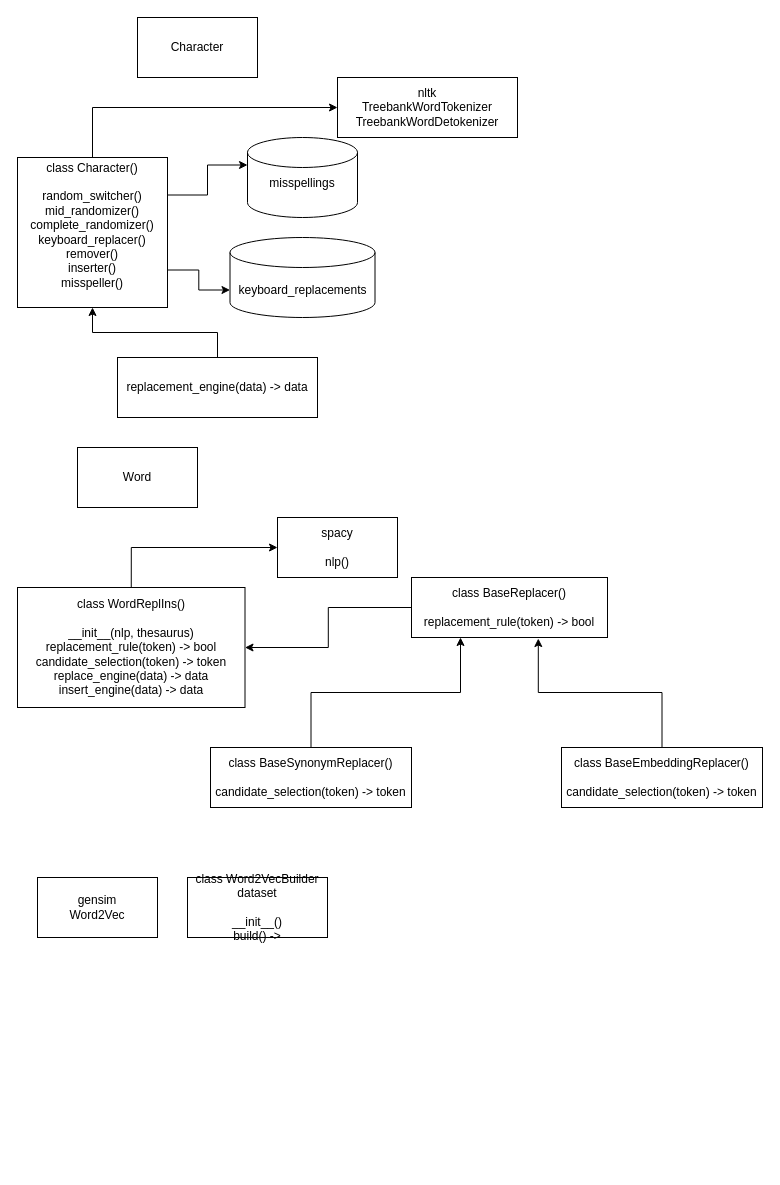
This is Unbenanntes Diagramm.drawio from djaszak/NLPAug, a draw.io file, before an edit. Source tidied: cells renumbered, new cells numbered last; positions are measured from the earlier drawing's top-left corner, leaving out a move shared by most shapes. Both pictures are drawn from the tidied source at 100%, with x=0, y=0 at pixel (17, 17).
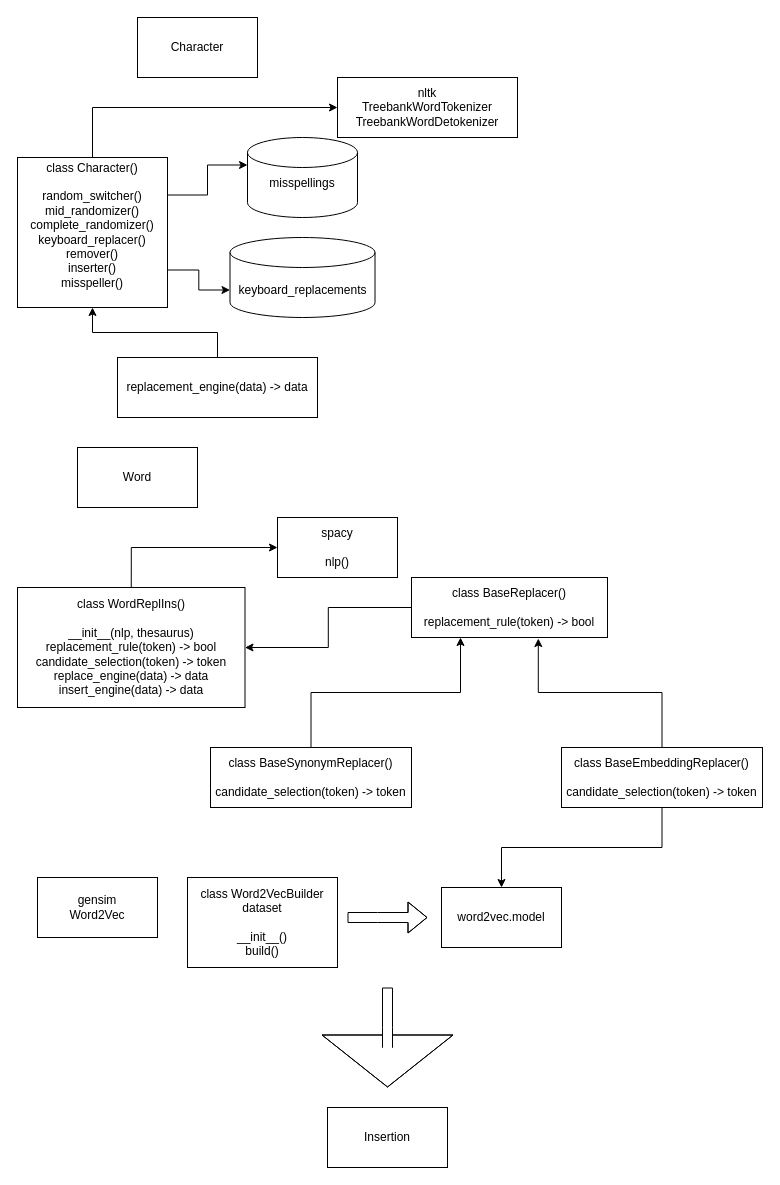
The same page after the edit.

Commit message:
word level diagram

The change refers to these unchanged cells:
```xml
<mxCell id="17" value="&lt;div&gt;class BaseEmbeddingReplacer()&lt;/div&gt;&lt;br&gt;candidate_selection(token) -&amp;gt; token" style="rounded=0;whiteSpace=wrap;html=1;" parent="1" vertex="1">
  <mxGeometry x="544" y="730" width="201" height="60" as="geometry" />
</mxCell>
```

Change to the diagram source:
```diff
@@
+    <mxCell id="24" style="edgeStyle=orthogonalEdgeStyle;rounded=0;jettySize=auto;html=1;exitX=0.5;exitY=1;exitDx=0;exitDy=0;entryX=0.5;entryY=0;entryDx=0;entryDy=0;" parent="1" edge="1" source="17" target="26">
+      <mxGeometry relative="1" as="geometry" />
+    </mxCell>
@@
-    <mxCell id="23" value="&lt;div&gt;class Word2VecBuilder&lt;/div&gt;&lt;div&gt;dataset&lt;/div&gt;&lt;div&gt;&lt;br&gt;&lt;/div&gt;&lt;div&gt;__init__()&lt;/div&gt;&lt;div&gt;build() -&amp;gt; &lt;br&gt;&lt;/div&gt;" style="whiteSpace=wrap;html=1;" parent="1" vertex="1">
-      <mxGeometry x="170" y="860" width="140" height="60" as="geometry" />
+    <mxCell id="23" value="&lt;div&gt;class Word2VecBuilder&lt;/div&gt;&lt;div&gt;dataset&lt;/div&gt;&lt;div&gt;&lt;br&gt;&lt;/div&gt;&lt;div&gt;__init__()&lt;/div&gt;&lt;div&gt;build() &lt;br&gt;&lt;/div&gt;" style="whiteSpace=wrap;html=1;" parent="1" vertex="1">
+      <mxGeometry x="170" y="860" width="150" height="90" as="geometry" />
     </mxCell>
+    <mxCell id="25" style="shape=flexArrow;endArrow=classic;html=1;rounded=0;" parent="1" edge="1">
+      <mxGeometry relative="1" as="geometry">
+        <mxPoint x="330" y="900" as="sourcePoint" />
+        <mxPoint x="410" y="900" as="targetPoint" />
+        <Array as="points">
+          <mxPoint x="360" y="900" />
+        </Array>
+      </mxGeometry>
+    </mxCell>
+    <mxCell id="26" value="word2vec.model" style="whiteSpace=wrap;html=1;" parent="1" vertex="1">
+      <mxGeometry x="424" y="870" width="120" height="60" as="geometry" />
+    </mxCell>
+    <mxCell id="27" style="shape=flexArrow;endArrow=classic;html=1;rounded=0;endWidth=120;endSize=17;" parent="1" edge="1">
+      <mxGeometry relative="1" as="geometry">
+        <mxPoint x="370" y="970" as="sourcePoint" />
+        <mxPoint x="370" y="1070" as="targetPoint" />
+        <Array as="points">
+          <mxPoint x="370" y="1010" />
+          <mxPoint x="370" y="1030" />
+        </Array>
+      </mxGeometry>
+    </mxCell>
+    <mxCell id="28" value="Insertion" style="whiteSpace=wrap;html=1;" parent="1" vertex="1">
+      <mxGeometry x="310" y="1090" width="120" height="60" as="geometry" />
+    </mxCell>
```
